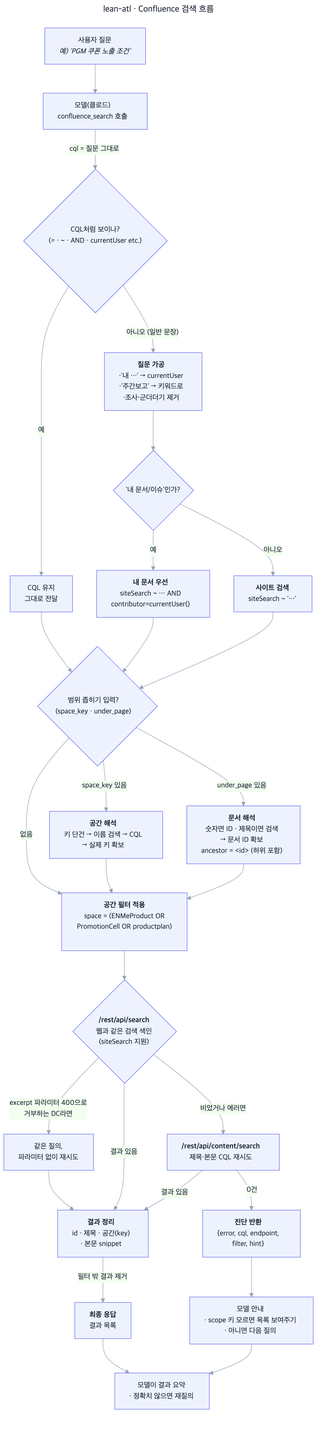
The Mermaid diagram docs/search_flow.png in sayho87/lean-atl, before a commit. Its source is kept beside it as docs/search_flow.mmd.
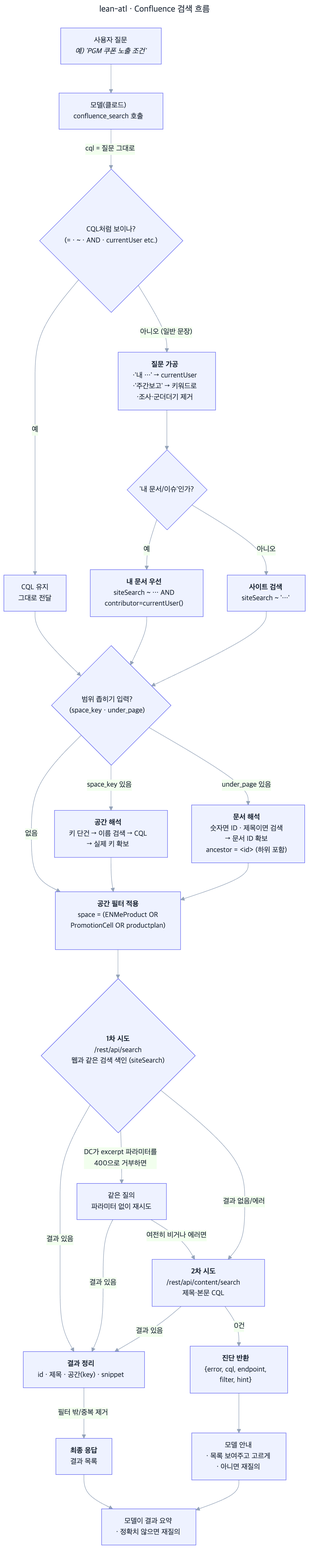
Above is the later version.

Commit message:
docs: 검색 흐름 순서 정리 — 범위 좁히기를 검색 앞으로

Change to the diagram source:
```diff
@@ -23,7 +23,6 @@
 
     Q -- "예" --> QUERY["CQL 유지<br/>그대로 전달"]
     Q -- "아니오 (일반 문장)" --> KW["<b>질문 가공</b><br/>·'내 …' → currentUser<br/>·'주간보고' → 키워드로<br/>·조사·군더더기 제거"]
-
     KW --> KWQ{"'내 문서/이슈'인가?"}
     KWQ -- "예" --> Q1["<b>내 문서 우선</b><br/>siteSearch ~ … AND<br/>contributor=currentUser()"]
     KWQ -- "아니오" --> Q2["<b>사이트 검색</b><br/>siteSearch ~ '…'"]
@@ -41,18 +40,18 @@
     SP --> FILT
     FILT["<b>공간 필터 적용</b><br/>space = (ENMeProduct OR<br/>PromotionCell OR productplan)"]
 
-    FILT --> RAW{"<b>/rest/api/search</b><br/>웹과 같은 검색 색인<br/>(siteSearch 지원)"}
+    FILT --> RAW{"<b>1차 시도</b><br/>/rest/api/search<br/>웹과 같은 검색 색인 (siteSearch)"}
 
-    RAW -- "excerpt 파라미터 400으로<br/>거부하는 DC라면" --> RETRY["같은 질의,<br/>파라미터 없이 재시도"]
-    RETRY --> RES2
+    RAW -- "결과 있음" --> RES["<b>결과 정리</b><br/>id · 제목 · 공간(key) · snippet"]
+    RAW -- "DC가 excerpt 파라미터를<br/>400으로 거부하면" --> RETRY["같은 질의<br/>파라미터 없이 재시도"]
+    RETRY -- "결과 있음" --> RES
+    RETRY -- "여전히 비거나 에러면" --> FALLBACK["<b>2차 시도</b><br/>/rest/api/content/search<br/>제목·본문 CQL"]
+    RAW -- "결과 없음/에러" --> FALLBACK
 
-    RAW -- "결과 있음" --> RES2["<b>결과 정리</b><br/>id · 제목 · 공간(key)<br/>· 본문 snippet"]
-    RAW -- "비었거나 에러면" --> FALLBACK["<b>/rest/api/content/search</b><br/>제목·본문 CQL 재시도"]
-
-    FALLBACK -- "결과 있음" --> RES2
+    FALLBACK -- "결과 있음" --> RES
     FALLBACK -- "0건" --> ZERO["<b>진단 반환</b><br/>{error, cql, endpoint,<br/>filter, hint}"]
-    RES2 -- "필터 밖 결과 제거" --> OUT["<b>최종 응답</b><br/>결과 목록"]
-    ZERO --> HINT["모델 안내<br/>· scope 키 모르면 목록 보여주기<br/>· 아니면 다음 질의"]
+    RES -- "필터 밖/중복 제거" --> OUT["<b>최종 응답</b><br/>결과 목록"]
+    ZERO --> HINT["모델 안내<br/>· 목록 보여주고 고르게<br/>· 아니면 재질의"]
 
     OUT --> D["모델이 결과 요약<br/>· 정확치 않으면 재질의"]
     HINT --> D
```
